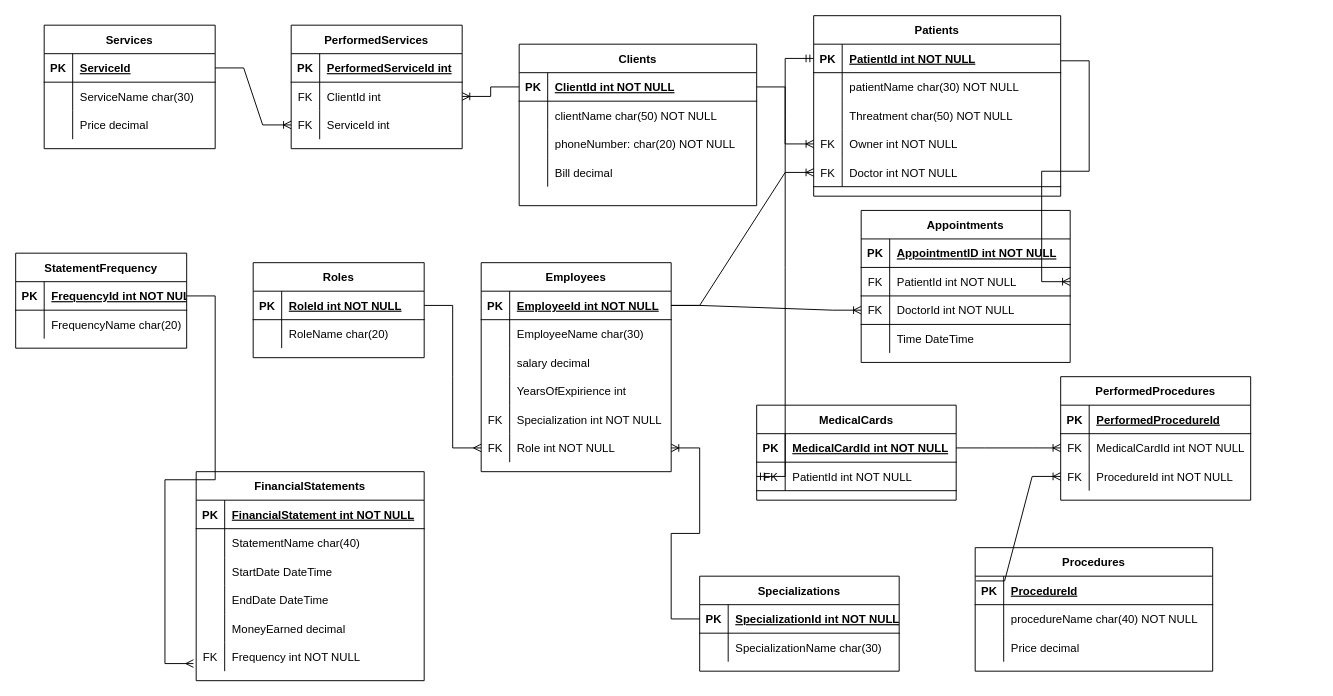
Above: testRelationship.drawio in TRybina132/vetClinic (draw.io), before the change. Source tidied: cells renumbered, new cells numbered last; positions are measured from the earlier drawing's top-left corner, leaving out a move shared by most shapes. Both pictures are drawn from the tidied source at 95%, with x=0, y=0 at pixel (15, 15).
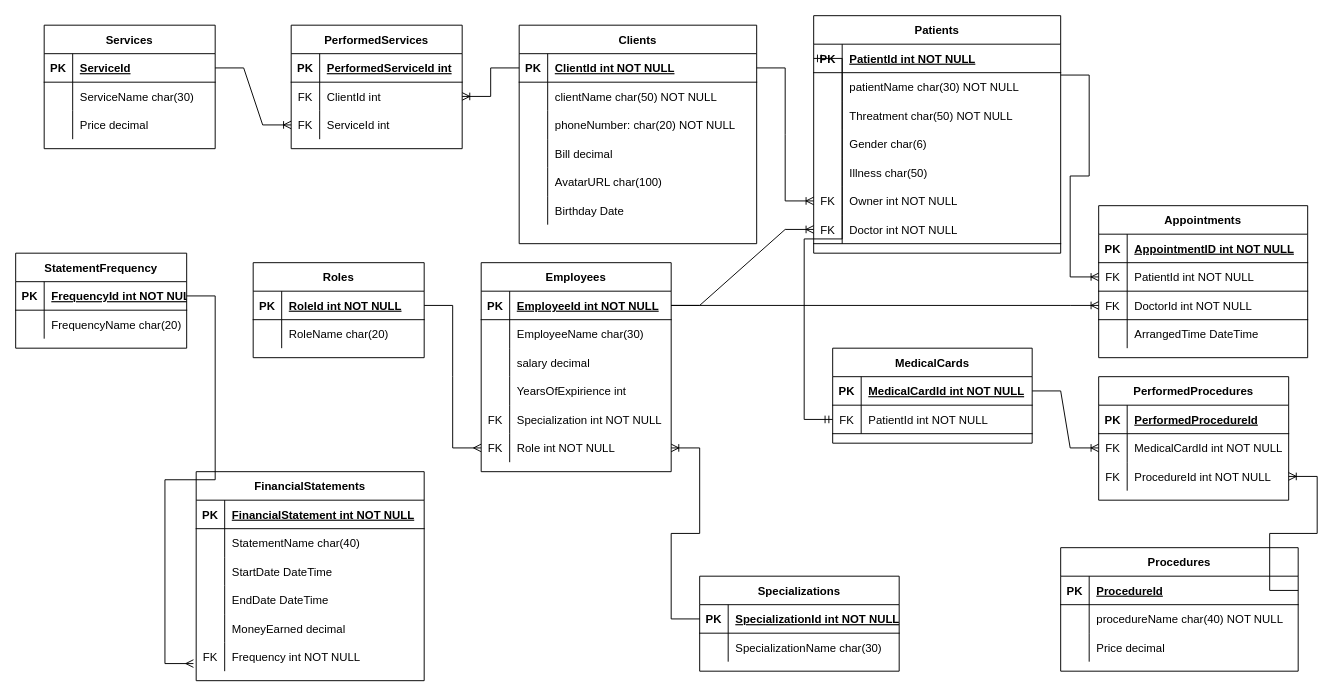
Above is the later version.

The change refers to these unchanged cells:
```xml
<mxCell id="34" style="shape=tableRow;horizontal=0;startSize=0;swimlaneHead=0;swimlaneBody=0;fillColor=none;points=[[0,0.5],[1,0.5]];portConstraint=eastwest;top=0;left=0;right=0;bottom=1;" parent="33" vertex="1">
  <mxGeometry y="30" width="250" height="30" as="geometry" />
</mxCell>
<mxCell id="47" style="shape=tableRow;horizontal=0;startSize=0;swimlaneHead=0;swimlaneBody=0;fillColor=none;points=[[0,0.5],[1,0.5]];portConstraint=eastwest;top=0;left=0;right=0;bottom=1;" parent="43" vertex="1">
  <mxGeometry y="60" width="220" height="30" as="geometry" />
</mxCell>
<mxCell id="53" style="shape=tableRow;horizontal=0;startSize=0;swimlaneHead=0;swimlaneBody=0;fillColor=none;top=0;left=0;right=0;bottom=0;" parent="43" vertex="1">
  <mxGeometry y="120" width="220" height="30" as="geometry" />
</mxCell>
<mxCell id="103" style="shape=tableRow;horizontal=0;startSize=0;swimlaneHead=0;swimlaneBody=0;fillColor=none;points=[[0,0.5],[1,0.5]];portConstraint=eastwest;top=0;left=0;right=0;bottom=0;" parent="96" vertex="1">
  <mxGeometry y="90" width="200" height="30" as="geometry" />
</mxCell>
```

What changed in the source:
```diff
@@
     <mxCell id="2" value="Clients" style="shape=table;startSize=30;childLayout=tableLayout;rowLines=0;fontStyle=1;align=center;" parent="1" vertex="1">
-      <mxGeometry x="530" y="30" width="250" height="170" as="geometry" />
+      <mxGeometry x="530" y="10" width="250" height="230" as="geometry" />
     </mxCell>
@@
+    <mxCell id="164" style="shape=tableRow;horizontal=0;startSize=0;swimlaneHead=0;swimlaneBody=0;fillColor=none;top=0;left=0;right=0;bottom=0;" parent="2" vertex="1">
+      <mxGeometry y="150" width="250" height="30" as="geometry" />
+    </mxCell>
+    <mxCell id="165" style="shape=partialRectangle;fillColor=none;top=0;left=0;bottom=0;right=0;overflow=hidden;" parent="164" vertex="1">
+      <mxGeometry width="30" height="30" as="geometry" />
+    </mxCell>
+    <mxCell id="166" value="AvatarURL char(100)" style="shape=partialRectangle;fillColor=none;top=0;left=0;bottom=0;right=0;align=left;spacingLeft=6;overflow=hidden;" parent="164" vertex="1">
+      <mxGeometry x="30" width="220" height="30" as="geometry" />
+    </mxCell>
+    <mxCell id="167" style="shape=tableRow;horizontal=0;startSize=0;swimlaneHead=0;swimlaneBody=0;fillColor=none;top=0;left=0;right=0;bottom=0;" parent="2" vertex="1">
+      <mxGeometry y="180" width="250" height="30" as="geometry" />
+    </mxCell>
+    <mxCell id="168" style="shape=partialRectangle;fillColor=none;top=0;left=0;bottom=0;right=0;overflow=hidden;" parent="167" vertex="1">
+      <mxGeometry width="30" height="30" as="geometry" />
+    </mxCell>
+    <mxCell id="169" value="Birthday Date" style="shape=partialRectangle;fillColor=none;top=0;left=0;bottom=0;right=0;align=left;spacingLeft=6;overflow=hidden;" parent="167" vertex="1">
+      <mxGeometry x="30" width="220" height="30" as="geometry" />
+    </mxCell>
     <mxCell id="15" value="Patients" style="shape=table;startSize=30;childLayout=tableLayout;rowLines=0;fontStyle=1;align=center;" parent="1" vertex="1">
-      <mxGeometry x="840" width="260" height="190" as="geometry" />
+      <mxGeometry x="840" width="260" height="250" as="geometry" />
     </mxCell>
@@
+    <mxCell id="170" style="shape=tableRow;horizontal=0;startSize=0;swimlaneHead=0;swimlaneBody=0;fillColor=none;top=0;left=0;right=0;bottom=0;" parent="15" vertex="1">
+      <mxGeometry y="120" width="260" height="30" as="geometry" />
+    </mxCell>
+    <mxCell id="171" style="shape=partialRectangle;fillColor=none;top=0;left=0;bottom=0;right=0;overflow=hidden;" parent="170" vertex="1">
+      <mxGeometry width="30" height="30" as="geometry" />
+    </mxCell>
+    <mxCell id="172" value="Gender char(6)" style="shape=partialRectangle;fillColor=none;top=0;left=0;bottom=0;right=0;align=left;spacingLeft=6;overflow=hidden;" parent="170" vertex="1">
+      <mxGeometry x="30" width="230" height="30" as="geometry" />
+    </mxCell>
+    <mxCell id="173" style="shape=tableRow;horizontal=0;startSize=0;swimlaneHead=0;swimlaneBody=0;fillColor=none;top=0;left=0;right=0;bottom=0;" parent="15" vertex="1">
+      <mxGeometry y="150" width="260" height="30" as="geometry" />
+    </mxCell>
+    <mxCell id="174" style="shape=partialRectangle;fillColor=none;top=0;left=0;bottom=0;right=0;overflow=hidden;" parent="173" vertex="1">
+      <mxGeometry width="30" height="30" as="geometry" />
+    </mxCell>
+    <mxCell id="175" value="Illness char(50)" style="shape=partialRectangle;fillColor=none;top=0;left=0;bottom=0;right=0;align=left;spacingLeft=6;overflow=hidden;" parent="173" vertex="1">
+      <mxGeometry x="30" width="230" height="30" as="geometry" />
+    </mxCell>
     <mxCell id="25" style="shape=tableRow;horizontal=0;startSize=0;swimlaneHead=0;swimlaneBody=0;fillColor=none;points=[[0,0.5],[1,0.5]];portConstraint=eastwest;top=0;left=0;right=0;bottom=0;" parent="15" vertex="1">
-      <mxGeometry y="120" width="260" height="30" as="geometry" />
+      <mxGeometry y="180" width="260" height="30" as="geometry" />
     </mxCell>
@@
     <mxCell id="28" style="shape=tableRow;horizontal=0;startSize=0;swimlaneHead=0;swimlaneBody=0;fillColor=none;points=[[0,0.5],[1,0.5]];portConstraint=eastwest;top=0;left=0;right=0;bottom=1;" parent="15" vertex="1">
-      <mxGeometry y="150" width="260" height="30" as="geometry" />
+      <mxGeometry y="210" width="260" height="30" as="geometry" />
     </mxCell>
@@
     <mxCell id="33" value="Procedures" style="shape=table;startSize=30;childLayout=tableLayout;rowLines=0;fontStyle=1;align=center;" parent="1" vertex="1">
-      <mxGeometry x="1010" y="560" width="250" height="130" as="geometry" />
+      <mxGeometry x="1100" y="560" width="250" height="130" as="geometry" />
     </mxCell>
@@
     <mxCell id="43" value="Appointments" style="shape=table;startSize=30;childLayout=tableLayout;rowLines=0;fontStyle=1;align=center;" parent="1" vertex="1">
-      <mxGeometry x="890" y="205" width="220" height="160" as="geometry" />
+      <mxGeometry x="1140" y="200" width="220" height="160" as="geometry" />
     </mxCell>
@@
-    <mxCell id="55" value="Time DateTime" style="shape=partialRectangle;fillColor=none;top=0;left=0;bottom=0;right=0;align=left;spacingLeft=6;overflow=hidden;" parent="53" vertex="1">
+    <mxCell id="55" value="ArrangedTime DateTime" style="shape=partialRectangle;fillColor=none;top=0;left=0;bottom=0;right=0;align=left;spacingLeft=6;overflow=hidden;" parent="53" vertex="1">
       <mxGeometry x="30" width="190" height="30" as="geometry" />
     </mxCell>
@@
-    <mxCell id="57" style="edgeStyle=entityRelationEdgeStyle;fontSize=12;html=1;endArrow=ERoneToMany;rounded=0;entryX=1;entryY=0.5;entryDx=0;entryDy=0;exitX=1;exitY=0.25;exitDx=0;exitDy=0;" parent="1" edge="1" source="15" target="47">
+    <mxCell id="57" style="edgeStyle=entityRelationEdgeStyle;fontSize=12;html=1;endArrow=ERoneToMany;rounded=0;entryX=0;entryY=0.5;entryDx=0;entryDy=0;exitX=1;exitY=0.25;exitDx=0;exitDy=0;" parent="1" edge="1" source="15" target="47">
       <mxGeometry relative="1" as="geometry" />
     </mxCell>
@@
     <mxCell id="89" value="MedicalCards" style="shape=table;startSize=30;childLayout=tableLayout;rowLines=0;fontStyle=1;align=center;" parent="1" vertex="1">
-      <mxGeometry x="780" y="410" width="210" height="100" as="geometry" />
+      <mxGeometry x="860" y="350" width="210" height="100" as="geometry" />
     </mxCell>
@@
     <mxCell id="96" value="PerformedProcedures" style="shape=table;startSize=30;childLayout=tableLayout;rowLines=0;fontStyle=1;align=center;" parent="1" vertex="1">
-      <mxGeometry x="1100" y="380" width="200" height="130" as="geometry" />
+      <mxGeometry x="1140" y="380" width="200" height="130" as="geometry" />
     </mxCell>
@@
-    <mxCell id="107" style="edgeStyle=entityRelationEdgeStyle;fontSize=12;html=1;endArrow=ERoneToMany;rounded=0;entryX=0;entryY=0.5;entryDx=0;entryDy=0;exitX=0.004;exitY=0.167;exitDx=0;exitDy=0;exitPerimeter=0;" parent="1" edge="1" source="34" target="103">
+    <mxCell id="107" style="edgeStyle=entityRelationEdgeStyle;fontSize=12;html=1;endArrow=ERoneToMany;rounded=0;entryX=1;entryY=0.5;entryDx=0;entryDy=0;exitX=1;exitY=0.5;exitDx=0;exitDy=0;" parent="1" edge="1" source="34" target="103">
       <mxGeometry relative="1" as="geometry" />
     </mxCell>
```
